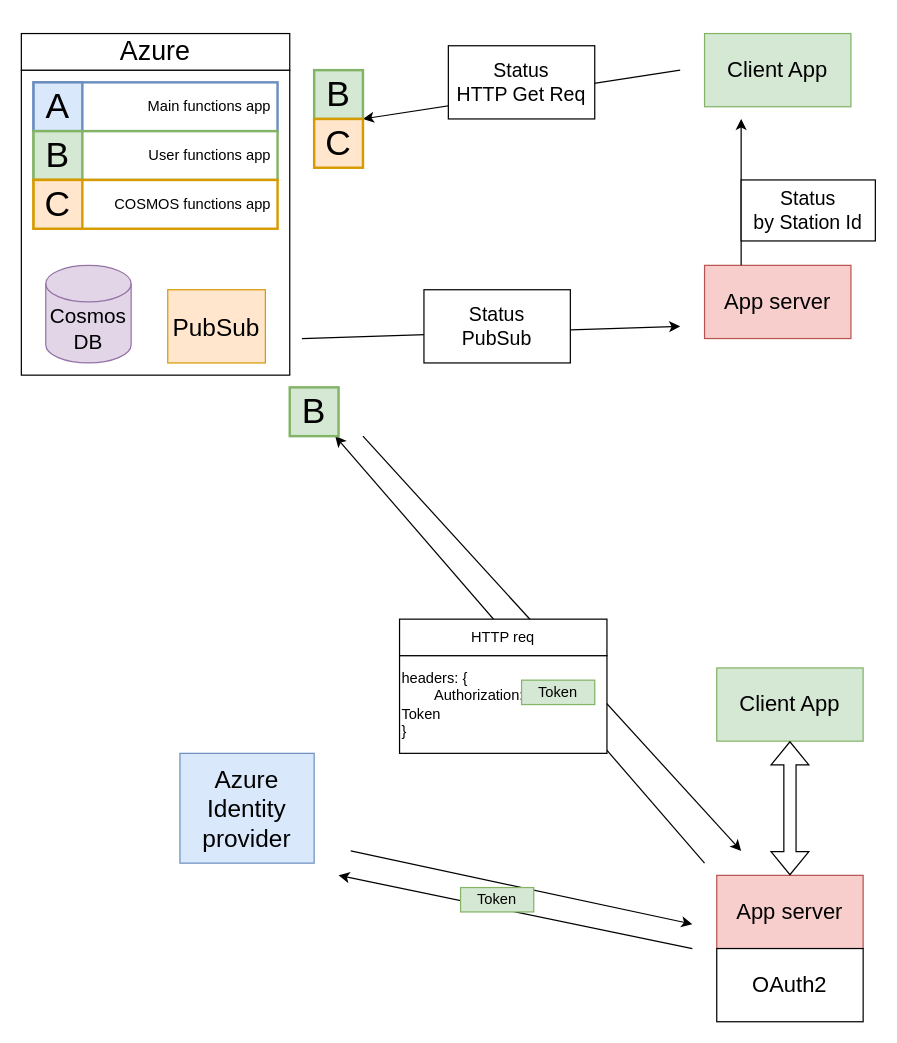
Above: emobility-client-connection.drawio in stefanszeke/diargrams_io (draw.io), before the change. Source tidied: cells renumbered, new cells numbered last; positions are measured from the earlier drawing's top-left corner, leaving out a move shared by most shapes. Both pictures are drawn from the tidied source at 122%, with x=0, y=0 at pixel (21, 33).
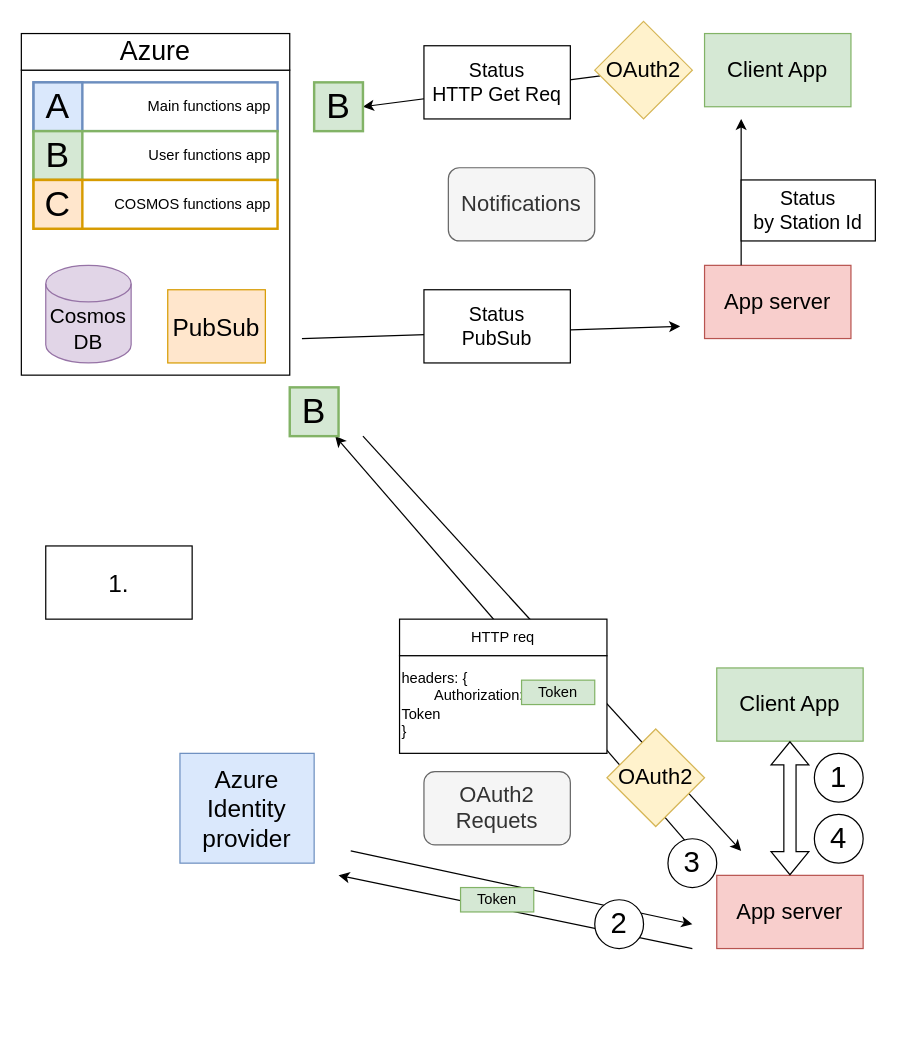
The same page after the edit.

Diff of the diagram source:
```diff
@@
-    <mxCell id="16" style="endArrow=classic;html=1;rounded=0;entryX=1;entryY=1;entryDx=0;entryDy=0;" parent="1" edge="1" target="34">
-      <mxGeometry relative="1" as="geometry">
-        <mxPoint x="540" y="30" as="sourcePoint" />
-      </mxGeometry>
+    <mxCell id="16" style="endArrow=classic;html=1;rounded=0;entryX=1;entryY=0.5;entryDx=0;entryDy=0;" parent="1" edge="1" source="41" target="34">
+      <mxGeometry relative="1" as="geometry" />
     </mxCell>
     <mxCell id="17" value="Status&lt;br style=&quot;font-size: 16px;&quot;&gt;HTTP Get Req" style="rounded=0;whiteSpace=wrap;html=1;fontSize=16;" parent="1" vertex="1">
-      <mxGeometry x="350" y="10" width="120" height="60" as="geometry" />
+      <mxGeometry x="330" y="10" width="120" height="60" as="geometry" />
     </mxCell>
@@
-    <mxCell id="27" value="OAuth2" style="rounded=0;whiteSpace=wrap;html=1;fontSize=18;" parent="1" vertex="1">
-      <mxGeometry x="570" y="750" width="120" height="60" as="geometry" />
-    </mxCell>
@@
     <mxCell id="34" value="&lt;font style=&quot;font-size: 29px;&quot;&gt;B&lt;/font&gt;" style="rounded=0;whiteSpace=wrap;html=1;fillColor=#d5e8d4;strokeColor=#82B366;strokeWidth=2;" parent="1" vertex="1">
-      <mxGeometry x="240" y="30" width="40" height="40" as="geometry" />
+      <mxGeometry x="240" y="40" width="40" height="40" as="geometry" />
     </mxCell>
-    <mxCell id="35" value="&lt;font style=&quot;font-size: 29px;&quot;&gt;C&lt;/font&gt;" style="rounded=0;whiteSpace=wrap;html=1;fillColor=#ffe6cc;strokeColor=#d79b00;strokeWidth=2;" parent="1" vertex="1">
-      <mxGeometry x="240" y="70" width="40" height="40" as="geometry" />
-    </mxCell>
@@
+    <mxCell id="37" value="&lt;font style=&quot;font-size: 18px;&quot;&gt;Notifications&lt;/font&gt;" style="rounded=1;whiteSpace=wrap;html=1;fillColor=#f5f5f5;fontColor=#333333;strokeColor=#666666;" parent="1" vertex="1">
+      <mxGeometry x="350" y="110" width="120" height="60" as="geometry" />
+    </mxCell>
+    <mxCell id="38" value="&lt;font style=&quot;font-size: 18px;&quot;&gt;OAuth2 Requets&lt;br&gt;&lt;/font&gt;" style="rounded=1;whiteSpace=wrap;html=1;fillColor=#f5f5f5;fontColor=#333333;strokeColor=#666666;" parent="1" vertex="1">
+      <mxGeometry x="330" y="605" width="120" height="60" as="geometry" />
+    </mxCell>
+    <mxCell id="39" value="&lt;font style=&quot;font-size: 18px;&quot;&gt;OAuth2&lt;/font&gt;" style="rhombus;whiteSpace=wrap;html=1;fillColor=#fff2cc;strokeColor=#d6b656;" parent="1" vertex="1">
+      <mxGeometry x="480" y="570" width="80" height="80" as="geometry" />
+    </mxCell>
+    <mxCell id="40" style="endArrow=classic;html=1;rounded=0;entryX=1;entryY=0.5;entryDx=0;entryDy=0;" parent="1" edge="1" target="41">
+      <mxGeometry relative="1" as="geometry">
+        <mxPoint x="540" y="30" as="sourcePoint" />
+      </mxGeometry>
+    </mxCell>
+    <mxCell id="41" value="&lt;font style=&quot;font-size: 18px;&quot;&gt;OAuth2&lt;/font&gt;" style="rhombus;whiteSpace=wrap;html=1;fillColor=#fff2cc;strokeColor=#d6b656;" parent="1" vertex="1">
+      <mxGeometry x="470" y="-10" width="80" height="80" as="geometry" />
+    </mxCell>
+    <mxCell id="42" value="&lt;font style=&quot;font-size: 24px;&quot;&gt;1&lt;/font&gt;" style="ellipse;whiteSpace=wrap;html=1;" parent="1" vertex="1">
+      <mxGeometry x="650" y="590" width="40" height="40" as="geometry" />
+    </mxCell>
+    <mxCell id="43" value="&lt;font style=&quot;font-size: 24px;&quot;&gt;2&lt;/font&gt;" style="ellipse;whiteSpace=wrap;html=1;" parent="1" vertex="1">
+      <mxGeometry x="470" y="710" width="40" height="40" as="geometry" />
+    </mxCell>
+    <mxCell id="44" value="&lt;font style=&quot;font-size: 24px;&quot;&gt;3&lt;/font&gt;" style="ellipse;whiteSpace=wrap;html=1;" parent="1" vertex="1">
+      <mxGeometry x="530" y="660" width="40" height="40" as="geometry" />
+    </mxCell>
+    <mxCell id="45" value="&lt;font style=&quot;font-size: 24px;&quot;&gt;4&lt;/font&gt;" style="ellipse;whiteSpace=wrap;html=1;" parent="1" vertex="1">
+      <mxGeometry x="650" y="640" width="40" height="40" as="geometry" />
+    </mxCell>
+    <mxCell id="46" value="&lt;font style=&quot;font-size: 20px;&quot;&gt;1.&lt;/font&gt;" style="rounded=0;whiteSpace=wrap;html=1;" parent="1" vertex="1">
+      <mxGeometry x="20" y="420" width="120" height="60" as="geometry" />
+    </mxCell>
```
